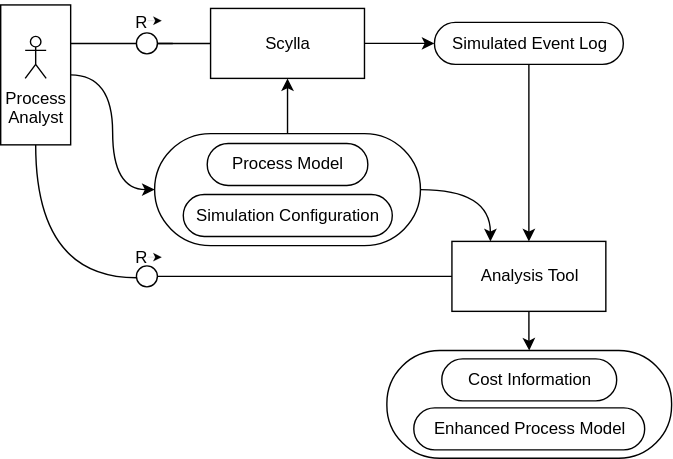
The draw.io diagram architecture_concrete.svg in fyndalf/master-thesis, before a commit. Source tidied: cells renumbered, new cells last; positions are measured from the earlier drawing's top-left corner, leaving out a move shared by most shapes.
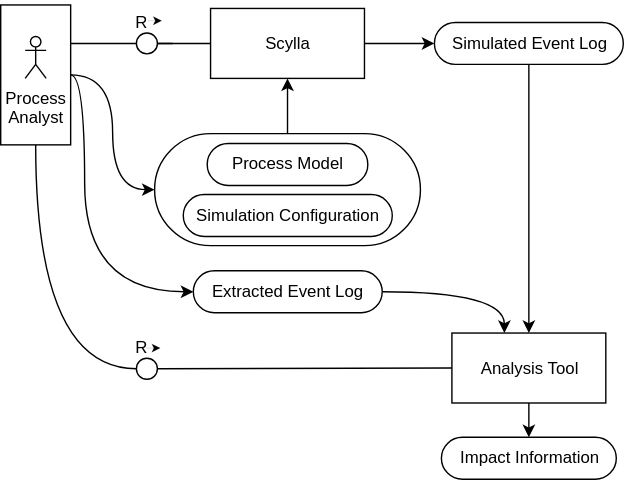
After the change.

Change to the diagram source:
```diff
@@ -9,7 +9,12 @@
       <mxGeometry x="150" y="4.5" width="110" height="50" as="geometry" />
     </mxCell>
     <mxCell id="4" style="edgeStyle=orthogonalEdgeStyle;rounded=0;jettySize=auto;html=1;startArrow=none;startFill=0;endArrow=classic;endFill=1;" parent="1" edge="1" source="5" target="14">
-      <mxGeometry relative="1" as="geometry" />
+      <mxGeometry relative="1" as="geometry">
+        <Array as="points">
+          <mxPoint x="378" y="182" />
+          <mxPoint x="378" y="182" />
+        </Array>
+      </mxGeometry>
     </mxCell>
     <mxCell id="5" value="Simulated Event Log" style="html=1;dashed=0;whitespace=wrap;shape=mxgraph.dfd.start;rounded=0;" parent="1" vertex="1">
       <mxGeometry x="310" y="14.5" width="135" height="30" as="geometry" />
@@ -27,10 +32,18 @@
     <mxCell id="8" style="edgeStyle=orthogonalEdgeStyle;curved=1;rounded=0;jettySize=auto;html=1;entryX=0;entryY=0.5;entryDx=0;entryDy=0;startArrow=none;startFill=0;endArrow=none;endFill=0;strokeWidth=1;" parent="1" edge="1" source="9" target="16">
       <mxGeometry relative="1" as="geometry">
         <Array as="points">
-          <mxPoint x="25" y="197" />
+          <mxPoint x="25" y="262" />
         </Array>
       </mxGeometry>
     </mxCell>
+    <mxCell id="31" style="edgeStyle=orthogonalEdgeStyle;rounded=0;jettySize=auto;html=1;entryX=0;entryY=0.5;entryDx=0;entryDy=0;entryPerimeter=0;curved=1;endArrow=classic;endFill=1;" parent="1" edge="1" source="9" target="33">
+      <mxGeometry relative="1" as="geometry">
+        <Array as="points">
+          <mxPoint x="60" y="52" />
+          <mxPoint x="60" y="207" />
+        </Array>
+      </mxGeometry>
+    </mxCell>
     <mxCell id="9" style="html=1;dashed=0;whitespace=wrap;rounded=0;" parent="1" vertex="1">
       <mxGeometry y="2" width="50" height="100" as="geometry" />
     </mxCell>
@@ -43,28 +56,21 @@
     <mxCell id="12" style="ellipse;whiteSpace=wrap;html=1;rounded=0;" parent="1" vertex="1">
       <mxGeometry x="97" y="22" width="15" height="15" as="geometry" />
     </mxCell>
-    <mxCell id="13" style="edgeStyle=orthogonalEdgeStyle;rounded=0;jettySize=auto;html=1;entryX=0.5;entryY=0;entryDx=0;entryDy=0;" parent="1" edge="1" source="14" target="25">
+    <mxCell id="13" style="edgeStyle=orthogonalEdgeStyle;rounded=0;jettySize=auto;html=1;entryX=0.5;entryY=0.5;entryDx=0;entryDy=-15;entryPerimeter=0;" parent="1" edge="1" source="14" target="26">
       <mxGeometry relative="1" as="geometry" />
     </mxCell>
     <mxCell id="14" value="&lt;div&gt;Analysis Tool&lt;/div&gt;" style="html=1;" parent="1" vertex="1">
-      <mxGeometry x="322.5" y="171" width="110" height="50" as="geometry" />
+      <mxGeometry x="322.5" y="236.5" width="110" height="50" as="geometry" />
     </mxCell>
     <mxCell id="15" style="edgeStyle=orthogonalEdgeStyle;curved=1;rounded=0;jettySize=auto;html=1;entryX=0;entryY=0.5;entryDx=0;entryDy=0;startArrow=none;startFill=0;endArrow=none;endFill=0;strokeWidth=1;" parent="1" edge="1" source="16" target="14">
       <mxGeometry relative="1" as="geometry" />
     </mxCell>
     <mxCell id="16" style="ellipse;whiteSpace=wrap;html=1;rounded=0;" parent="1" vertex="1">
-      <mxGeometry x="97" y="188.5" width="15" height="15" as="geometry" />
+      <mxGeometry x="97" y="254.5" width="15" height="15" as="geometry" />
     </mxCell>
     <mxCell id="17" style="edgeStyle=orthogonalEdgeStyle;rounded=0;jettySize=auto;html=1;entryX=0.5;entryY=1;entryDx=0;entryDy=0;startArrow=none;startFill=0;endArrow=classic;endFill=1;" parent="1" edge="1" source="28" target="3">
       <mxGeometry relative="1" as="geometry" />
     </mxCell>
-    <mxCell id="18" style="edgeStyle=orthogonalEdgeStyle;rounded=0;jettySize=auto;html=1;startArrow=none;startFill=0;endArrow=classic;endFill=1;curved=1;" parent="1" edge="1" source="28" target="14">
-      <mxGeometry relative="1" as="geometry">
-        <Array as="points">
-          <mxPoint x="350" y="134" />
-        </Array>
-      </mxGeometry>
-    </mxCell>
     <mxCell id="19" value="R" style="text;html=1;strokeColor=none;fillColor=none;align=center;verticalAlign=middle;whiteSpace=wrap;rounded=0;" parent="1" vertex="1">
       <mxGeometry x="70.5" y="-0.5" width="60" height="30" as="geometry" />
     </mxCell>
@@ -74,30 +80,6 @@
         <mxPoint x="115" y="13.3" as="targetPoint" />
       </mxGeometry>
     </mxCell>
-    <mxCell id="21" style="group;" parent="1" vertex="1">
-      <mxGeometry x="70.5" y="167.5" width="60" height="30" as="geometry" />
-    </mxCell>
-    <mxCell id="22" value="R" style="text;html=1;strokeColor=none;fillColor=none;align=center;verticalAlign=middle;whiteSpace=wrap;rounded=0;" parent="21" vertex="1">
-      <mxGeometry width="60" height="30" as="geometry" />
-    </mxCell>
-    <mxCell id="23" style="endArrow=classic;html=1;rounded=0;endFill=1;strokeWidth=0;dashed=1;" parent="21" edge="1">
-      <mxGeometry relative="1" as="geometry">
-        <mxPoint x="34.5" y="14.8" as="sourcePoint" />
-        <mxPoint x="44.5" y="14.8" as="targetPoint" />
-      </mxGeometry>
-    </mxCell>
-    <mxCell id="24" style="group;" parent="1" vertex="1">
-      <mxGeometry x="276" y="249" width="203.5" height="77" as="geometry" />
-    </mxCell>
-    <mxCell id="25" style="rounded=1;whiteSpace=wrap;html=1;arcSize=49;" parent="24" vertex="1">
-      <mxGeometry width="203.5" height="77" as="geometry" />
-    </mxCell>
-    <mxCell id="26" value="Cost Information" style="html=1;dashed=0;whitespace=wrap;shape=mxgraph.dfd.start;rounded=0;" parent="24" vertex="1">
-      <mxGeometry x="39.2" y="6" width="125" height="30" as="geometry" />
-    </mxCell>
-    <mxCell id="27" value="Enhanced Process Model" style="html=1;dashed=0;whitespace=wrap;shape=mxgraph.dfd.start;rounded=0;" parent="24" vertex="1">
-      <mxGeometry x="19.2" y="41" width="165" height="30" as="geometry" />
-    </mxCell>
     <mxCell id="28" style="rounded=1;whiteSpace=wrap;html=1;fillColor=none;arcSize=50;" parent="1" vertex="1">
       <mxGeometry x="110" y="94" width="190" height="80" as="geometry" />
     </mxCell>
@@ -107,5 +89,27 @@
     <mxCell id="30" value="Simulation Configuration" style="html=1;dashed=0;whitespace=wrap;shape=mxgraph.dfd.start;rounded=0;" parent="1" vertex="1">
       <mxGeometry x="130.5" y="137.5" width="149.4" height="30" as="geometry" />
     </mxCell>
+    <mxCell id="26" value="Impact Information" style="html=1;dashed=0;whitespace=wrap;shape=mxgraph.dfd.start;rounded=0;" parent="1" vertex="1">
+      <mxGeometry x="315" y="311" width="125" height="30" as="geometry" />
+    </mxCell>
+    <mxCell id="32" style="edgeStyle=orthogonalEdgeStyle;curved=1;rounded=0;jettySize=auto;html=1;endArrow=classic;endFill=1;" parent="1" edge="1" source="33" target="14">
+      <mxGeometry relative="1" as="geometry">
+        <Array as="points">
+          <mxPoint x="360" y="207" />
+        </Array>
+      </mxGeometry>
+    </mxCell>
+    <mxCell id="33" value="Extracted Event Log" style="html=1;dashed=0;whitespace=wrap;shape=mxgraph.dfd.start;rounded=0;" parent="1" vertex="1">
+      <mxGeometry x="137.7" y="192" width="135" height="30" as="geometry" />
+    </mxCell>
+    <mxCell id="22" value="R" style="text;html=1;strokeColor=none;fillColor=none;align=center;verticalAlign=middle;whiteSpace=wrap;rounded=0;" parent="1" vertex="1">
+      <mxGeometry x="70.5" y="232" width="60" height="30" as="geometry" />
+    </mxCell>
+    <mxCell id="34" style="endArrow=classic;html=1;rounded=0;endFill=1;strokeWidth=0;dashed=1;" parent="1" edge="1">
+      <mxGeometry relative="1" as="geometry">
+        <mxPoint x="104" y="247.3" as="sourcePoint" />
+        <mxPoint x="114" y="247.3" as="targetPoint" />
+      </mxGeometry>
+    </mxCell>
   </root>
 </mxGraphModel>
```
